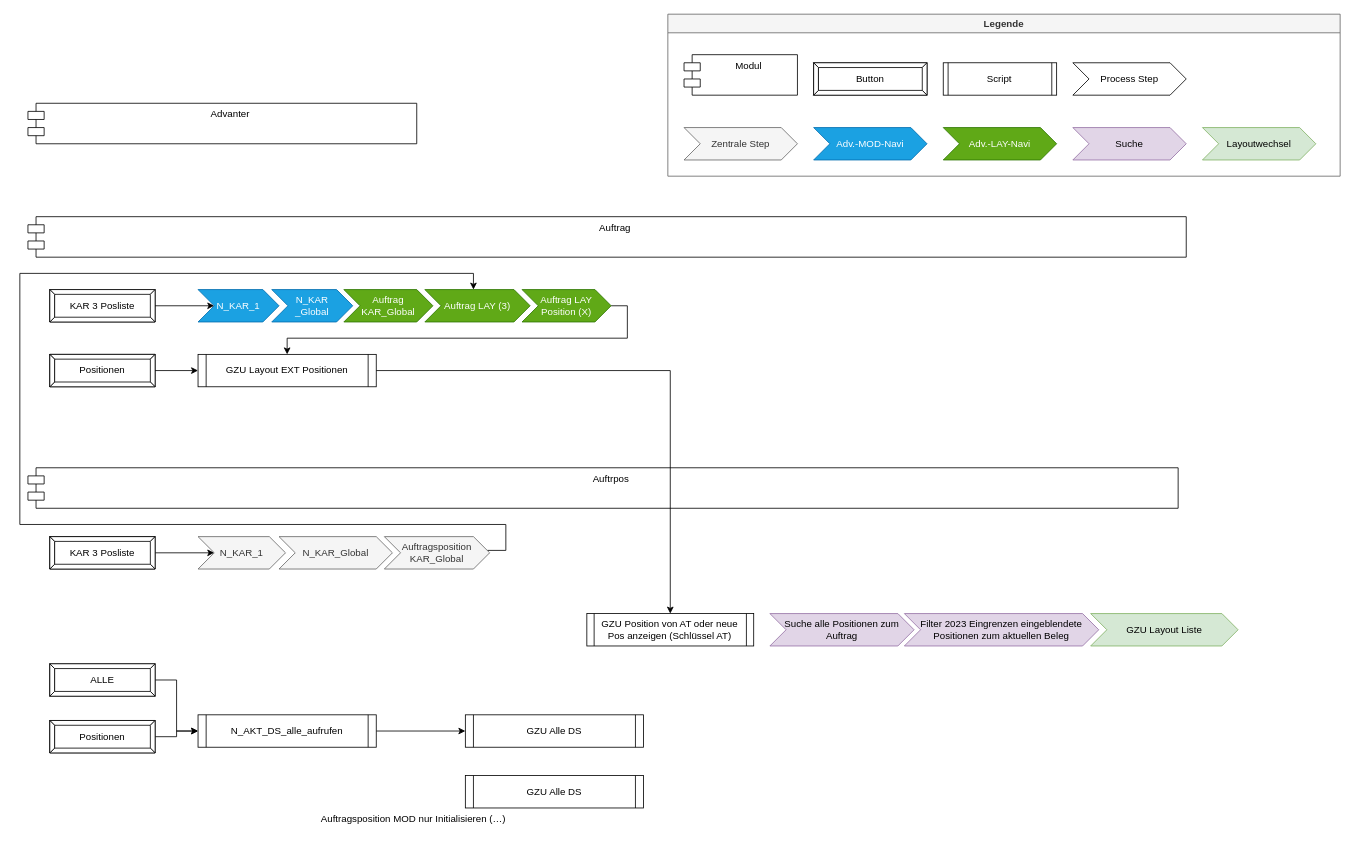
The draw.io diagram Advanter-Auftragsposition-Navi-Scripts.drawio in guenther-bs-de/documentation, before the edit. Source tidied: cells renumbered, new cells numbered last; positions are measured from the earlier drawing's top-left corner, leaving out a move shared by most shapes. Both pictures are drawn from the tidied source at 81%, with x=0, y=0 at pixel (19, 14).
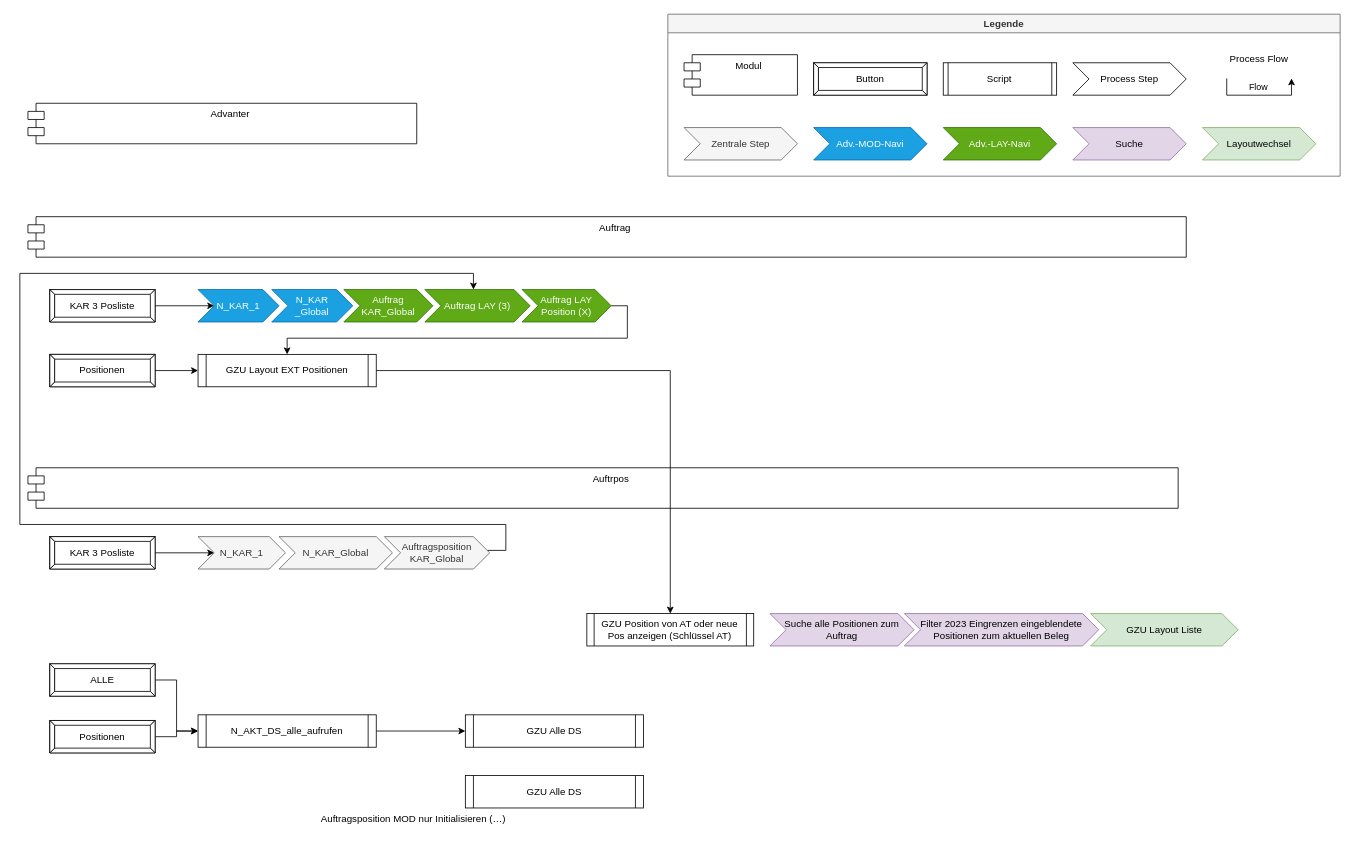
The same page after the edit.

The change refers to these unchanged cells:
```xml
<mxCell id="2" value="Legende" style="swimlane;whiteSpace=wrap;html=1;fillColor=#f5f5f5;fontColor=#333333;strokeColor=#666666;" parent="1" vertex="1">
  <mxGeometry x="800" width="830" height="200" as="geometry" />
</mxCell>
```

What changed in the source:
```diff
@@
+    <mxCell id="46" value="Flow" style="edgeStyle=orthogonalEdgeStyle;orthogonalLoop=1;jettySize=auto;html=1;rounded=0;" parent="2" edge="1">
+      <mxGeometry y="10" relative="1" as="geometry">
+        <mxPoint x="690" y="79.3" as="sourcePoint" />
+        <mxPoint x="770" y="79.3" as="targetPoint" />
+        <Array as="points">
+          <mxPoint x="690" y="100" />
+          <mxPoint x="770" y="100" />
+        </Array>
+        <mxPoint x="-1" as="offset" />
+      </mxGeometry>
+    </mxCell>
+    <mxCell id="47" value="Process Flow" style="text;strokeColor=none;align=center;fillColor=none;html=1;verticalAlign=middle;whiteSpace=wrap;rounded=0;" parent="2" vertex="1">
+      <mxGeometry x="675" y="40" width="110" height="30" as="geometry" />
+    </mxCell>
```
